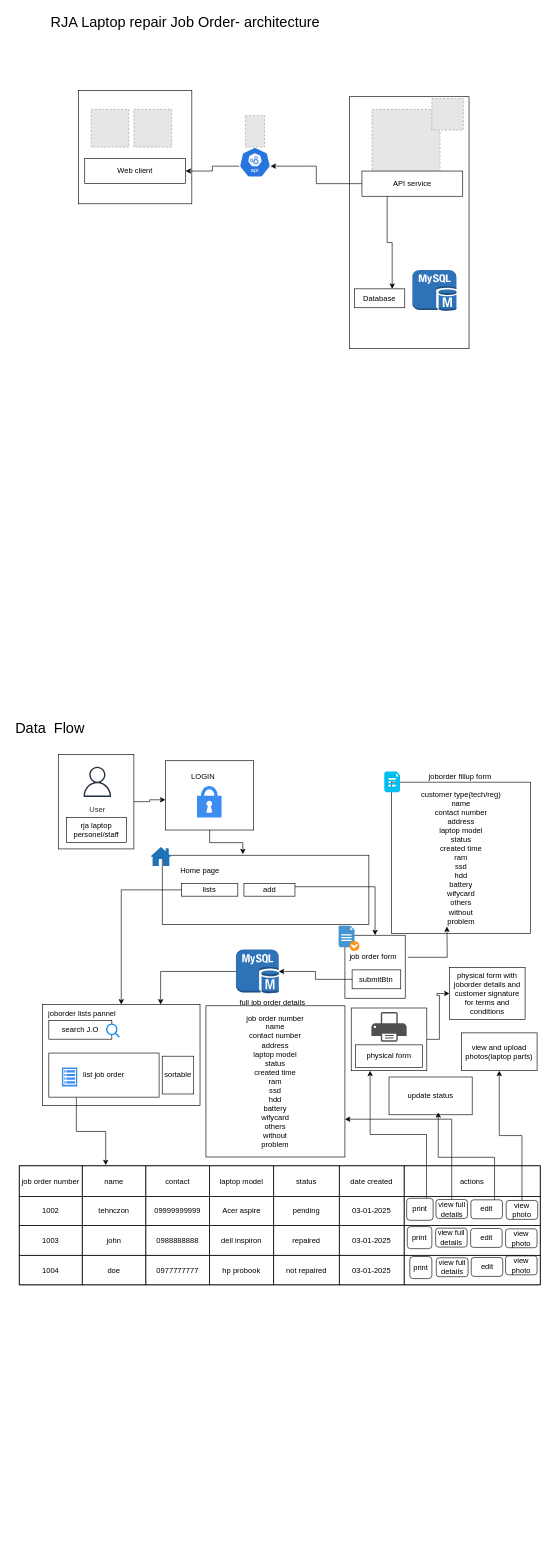
Before: page "Page-1" (1 of 3) of Untitled Diagram.drawio in tehnczon/laptop_repair_joborder, a draw.io diagram. Source tidied: cells renumbered, new cells numbered last; positions are measured from the earlier drawing's top-left corner, leaving out a move shared by most shapes. Both pictures are drawn from the tidied source at 63%, with x=0, y=0 at pixel (11, 11). Pictures stored in the file or linked from it are replaced by grey dashed boxes.
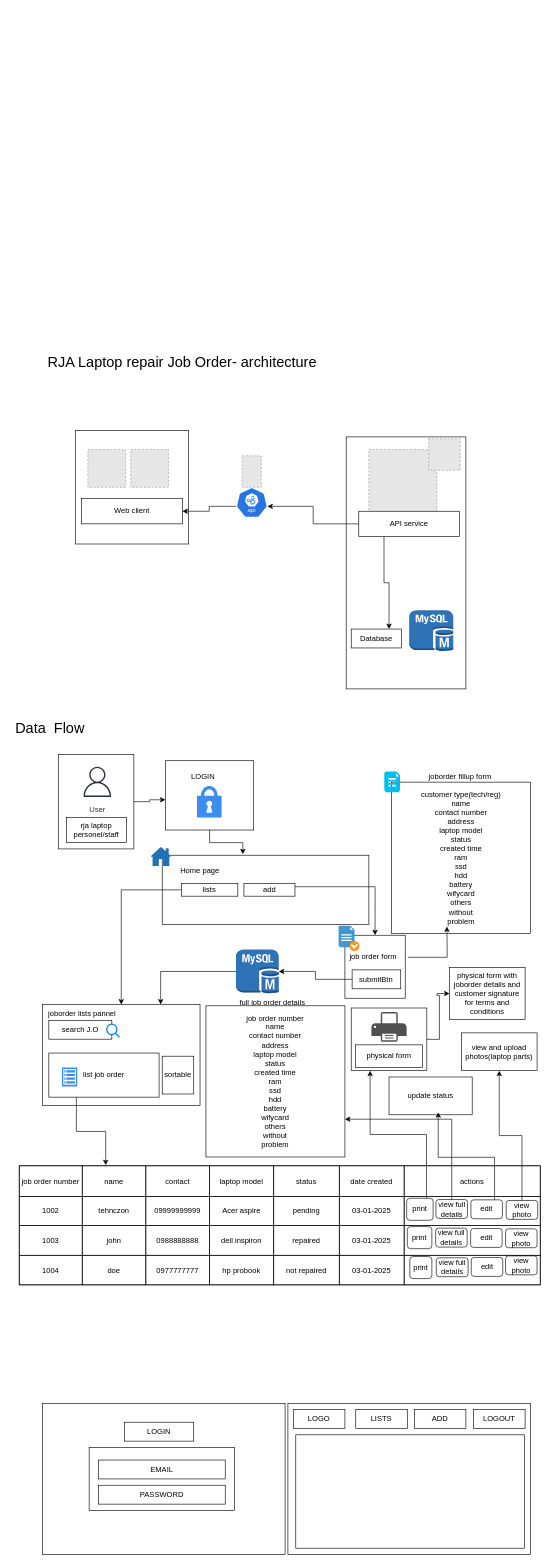
The same diagram, later.

What changed in the source:
```diff
@@
     <mxCell id="5" style="rounded=0;whiteSpace=wrap;html=1;fillColor=none;" parent="1" vertex="1">
-      <mxGeometry x="537" y="136" width="190" height="400" as="geometry" />
+      <mxGeometry x="532" y="676" width="190" height="400" as="geometry" />
     </mxCell>
     <mxCell id="6" style="whiteSpace=wrap;html=1;fillColor=none;" parent="1" vertex="1">
-      <mxGeometry x="107" y="126" width="180" height="180" as="geometry" />
+      <mxGeometry x="102" y="666" width="180" height="180" as="geometry" />
     </mxCell>
     <mxCell id="7" style="fillColor=#E6E6E6;strokeColor=#999999;dashed=1;verticalLabelPosition=bottom;labelBackgroundColor=default;verticalAlign=top;" parent="1" vertex="1">
-      <mxGeometry x="195" y="156" width="60" height="60" as="geometry" />
+      <mxGeometry x="190" y="696" width="60" height="60" as="geometry" />
     </mxCell>
     <mxCell id="8" value="Web client" style="rounded=0;whiteSpace=wrap;html=1;" parent="1" vertex="1">
-      <mxGeometry x="117" y="234" width="160" height="40" as="geometry" />
+      <mxGeometry x="112" y="774" width="160" height="40" as="geometry" />
     </mxCell>
@@
     <mxCell id="10" style="sketch=0;html=1;dashed=0;whitespace=wrap;verticalLabelPosition=bottom;verticalAlign=top;fillColor=#2875E2;strokeColor=#ffffff;points=[[0.005,0.63,0],[0.1,0.2,0],[0.9,0.2,0],[0.5,0,0],[0.995,0.63,0],[0.72,0.99,0],[0.5,1,0],[0.28,0.99,0]];shape=mxgraph.kubernetes.icon2;kubernetesLabel=1;prIcon=api;" parent="1" vertex="1">
-      <mxGeometry x="362.2" y="216" width="50" height="48" as="geometry" />
+      <mxGeometry x="357.2" y="756" width="50" height="48" as="geometry" />
     </mxCell>
     <mxCell id="11" style="fillColor=#E6E6E6;strokeColor=#999999;dashed=1;html=1;verticalAlign=top;verticalLabelPosition=bottom;labelBackgroundColor=#ffffff;" parent="1" vertex="1">
-      <mxGeometry x="573" y="156" width="108" height="108" as="geometry" />
+      <mxGeometry x="568" y="696" width="108" height="108" as="geometry" />
     </mxCell>
     <mxCell id="12" style="dashed=0;verticalLabelPosition=bottom;verticalAlign=top;align=center;html=1;shape=mxgraph.aws3.mysql_db_instance;fillColor=#2E73B8;gradientColor=none;" parent="1" vertex="1">
-      <mxGeometry x="637" y="411" width="70" height="65" as="geometry" />
+      <mxGeometry x="632" y="951" width="70" height="65" as="geometry" />
     </mxCell>
@@
     <mxCell id="14" value="API service" style="rounded=0;whiteSpace=wrap;html=1;" parent="1" vertex="1">
-      <mxGeometry x="557" y="254" width="160" height="40" as="geometry" />
+      <mxGeometry x="552" y="794" width="160" height="40" as="geometry" />
     </mxCell>
     <mxCell id="15" value="Database" style="rounded=0;whiteSpace=wrap;html=1;" parent="1" vertex="1">
-      <mxGeometry x="545" y="441" width="80" height="30" as="geometry" />
+      <mxGeometry x="540" y="981" width="80" height="30" as="geometry" />
     </mxCell>
@@
     <mxCell id="17" style="fillColor=#E6E6E6;strokeColor=#999999;dashed=1;html=1;verticalAlign=top;verticalLabelPosition=bottom;labelBackgroundColor=#ffffff;" parent="1" vertex="1">
-      <mxGeometry x="668" y="139" width="50" height="50" as="geometry" />
+      <mxGeometry x="663" y="679" width="50" height="50" as="geometry" />
     </mxCell>
     <mxCell id="18" value="&lt;font style=&quot;font-size: 23px;&quot;&gt;RJA Laptop repair Job Order- architecture&amp;nbsp;&lt;/font&gt;" style="text;html=1;align=center;verticalAlign=middle;whiteSpace=wrap;rounded=0;" parent="1" vertex="1">
-      <mxGeometry x="10" width="540" height="35" as="geometry" />
+      <mxGeometry x="5" y="540" width="540" height="35" as="geometry" />
     </mxCell>
@@
     <mxCell id="44" style="fillColor=#E6E6E6;strokeColor=#999999;dashed=1;verticalLabelPosition=bottom;labelBackgroundColor=default;verticalAlign=top;" parent="1" vertex="1">
-      <mxGeometry x="372" y="166" width="30.3" height="50" as="geometry" />
+      <mxGeometry x="367" y="706" width="30.3" height="50" as="geometry" />
     </mxCell>
@@
     <mxCell id="90" style="fillColor=#E6E6E6;strokeColor=#999999;dashed=1;verticalLabelPosition=bottom;labelBackgroundColor=default;verticalAlign=top;" parent="1" vertex="1">
-      <mxGeometry x="127" y="156" width="60" height="60" as="geometry" />
+      <mxGeometry x="122" y="696" width="60" height="60" as="geometry" />
     </mxCell>
@@
+    <mxCell id="111" style="rounded=0;whiteSpace=wrap;html=1;" parent="1" vertex="1">
+      <mxGeometry x="50" y="2210" width="385" height="240" as="geometry" />
+    </mxCell>
+    <mxCell id="112" style="rounded=0;whiteSpace=wrap;html=1;" parent="1" vertex="1">
+      <mxGeometry x="124" y="2280" width="231" height="100" as="geometry" />
+    </mxCell>
+    <mxCell id="113" value="EMAIL" style="rounded=0;whiteSpace=wrap;html=1;" parent="1" vertex="1">
+      <mxGeometry x="139" y="2300" width="201" height="30" as="geometry" />
+    </mxCell>
+    <mxCell id="114" value="PASSWORD" style="rounded=0;whiteSpace=wrap;html=1;" parent="1" vertex="1">
+      <mxGeometry x="139" y="2340" width="201" height="30" as="geometry" />
+    </mxCell>
+    <mxCell id="115" value="LOGIN" style="rounded=0;whiteSpace=wrap;html=1;" parent="1" vertex="1">
+      <mxGeometry x="180.2" y="2240" width="109.8" height="30" as="geometry" />
+    </mxCell>
+    <mxCell id="116" style="rounded=0;whiteSpace=wrap;html=1;" parent="1" vertex="1">
+      <mxGeometry x="439.5" y="2210" width="385" height="240" as="geometry" />
+    </mxCell>
+    <mxCell id="117" value="LOGO" style="rounded=0;whiteSpace=wrap;html=1;" parent="1" vertex="1">
+      <mxGeometry x="448.2" y="2220" width="81.8" height="30" as="geometry" />
+    </mxCell>
+    <mxCell id="118" value="LISTS" style="rounded=0;whiteSpace=wrap;html=1;" parent="1" vertex="1">
+      <mxGeometry x="547.2" y="2220" width="81.8" height="30" as="geometry" />
+    </mxCell>
+    <mxCell id="119" value="ADD" style="rounded=0;whiteSpace=wrap;html=1;" parent="1" vertex="1">
+      <mxGeometry x="640.2" y="2220" width="81.8" height="30" as="geometry" />
+    </mxCell>
+    <mxCell id="120" value="LOGOUT" style="rounded=0;whiteSpace=wrap;html=1;" parent="1" vertex="1">
+      <mxGeometry x="734.2" y="2220" width="81.8" height="30" as="geometry" />
+    </mxCell>
+    <mxCell id="121" style="rounded=0;whiteSpace=wrap;html=1;" parent="1" vertex="1">
+      <mxGeometry x="452" y="2260" width="363" height="180" as="geometry" />
+    </mxCell>
```
